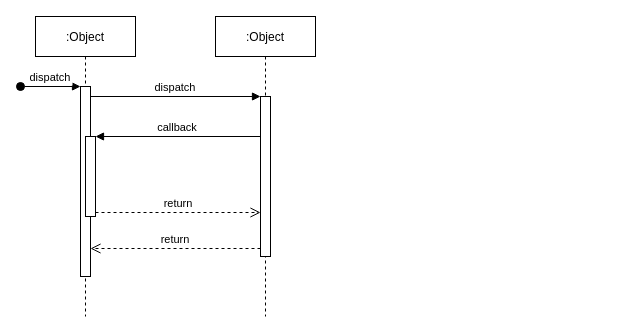
Above: Untitled Diagram.drawio in ShotaroMatsuya/CRUD-practice1 (draw.io), before the change. Source tidied: cells renumbered, new cells numbered last; positions are measured from the earlier drawing's top-left corner, leaving out a move shared by most shapes. Both pictures are drawn from the tidied source at 100%, with x=0, y=0 at pixel (20, 16).
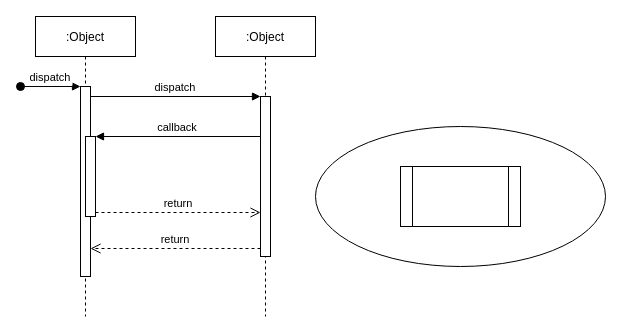
Above is the later version.

Change to the diagram source:
```diff
@@
 <mxGraphModel>
   <root>
     <mxCell id="0" />
     <mxCell id="1" parent="0" />
     <mxCell id="2" value=":Object" style="shape=umlLifeline;perimeter=lifelinePerimeter;rounded=0;shadow=0;strokeWidth=1;" parent="1" vertex="1">
       <mxGeometry x="15" width="100" height="300" as="geometry" />
     </mxCell>
     <mxCell id="3" style="points=[];perimeter=orthogonalPerimeter;rounded=0;shadow=0;strokeWidth=1;" parent="2" vertex="1">
       <mxGeometry x="45" y="70" width="10" height="190" as="geometry" />
     </mxCell>
     <mxCell id="4" value="dispatch" style="verticalAlign=bottom;startArrow=oval;endArrow=block;startSize=8;shadow=0;strokeWidth=1;" parent="2" edge="1" target="3">
       <mxGeometry relative="1" as="geometry">
         <mxPoint x="-15" y="70" as="sourcePoint" />
       </mxGeometry>
     </mxCell>
     <mxCell id="5" style="points=[];perimeter=orthogonalPerimeter;rounded=0;shadow=0;strokeWidth=1;" parent="2" vertex="1">
       <mxGeometry x="50" y="120" width="10" height="80" as="geometry" />
     </mxCell>
     <mxCell id="6" value=":Object" style="shape=umlLifeline;perimeter=lifelinePerimeter;rounded=0;shadow=0;strokeWidth=1;" parent="1" vertex="1">
       <mxGeometry x="195" width="100" height="300" as="geometry" />
     </mxCell>
     <mxCell id="7" style="points=[];perimeter=orthogonalPerimeter;rounded=0;shadow=0;strokeWidth=1;" parent="6" vertex="1">
       <mxGeometry x="45" y="80" width="10" height="160" as="geometry" />
     </mxCell>
     <mxCell id="8" value="return" style="verticalAlign=bottom;endArrow=open;dashed=1;endSize=8;exitX=0;exitY=0.95;shadow=0;strokeWidth=1;" parent="1" edge="1" source="7" target="3">
       <mxGeometry relative="1" as="geometry" />
     </mxCell>
     <mxCell id="9" value="dispatch" style="verticalAlign=bottom;endArrow=block;entryX=0;entryY=0;shadow=0;strokeWidth=1;" parent="1" edge="1" source="3" target="7">
       <mxGeometry relative="1" as="geometry" />
     </mxCell>
     <mxCell id="10" value="callback" style="verticalAlign=bottom;endArrow=block;entryX=1;entryY=0;shadow=0;strokeWidth=1;" parent="1" edge="1" source="7" target="5">
       <mxGeometry relative="1" as="geometry" />
     </mxCell>
     <mxCell id="11" value="return" style="verticalAlign=bottom;endArrow=open;dashed=1;endSize=8;exitX=1;exitY=0.95;shadow=0;strokeWidth=1;" parent="1" edge="1" source="5" target="7">
       <mxGeometry relative="1" as="geometry" />
     </mxCell>
+    <mxCell id="12" style="ellipse;whiteSpace=wrap;html=1;" parent="1" vertex="1">
+      <mxGeometry x="295" y="110" width="290" height="140" as="geometry" />
+    </mxCell>
+    <mxCell id="13" style="shape=process;whiteSpace=wrap;html=1;backgroundOutline=1;" parent="1" vertex="1">
+      <mxGeometry x="380" y="150" width="120" height="60" as="geometry" />
+    </mxCell>
   </root>
 </mxGraphModel>
```
